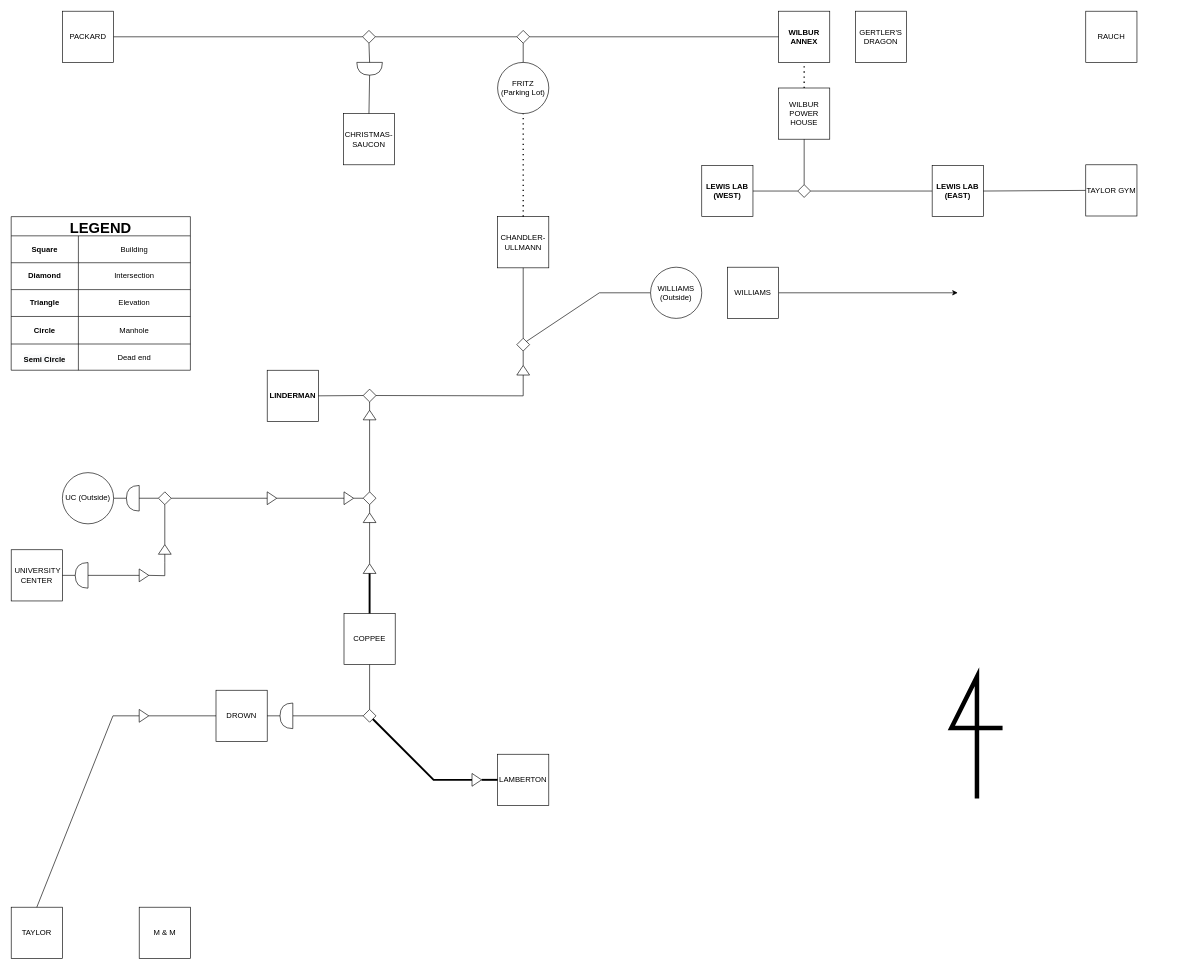
Earlier version of the draw.io diagram diagram.drawio (shun-ueda/lehigh-stream-tunnel). Source tidied: cells renumbered, new cells numbered last; positions are measured from the earlier drawing's top-left corner, leaving out a move shared by most shapes. Both pictures are drawn from the tidied source at 64%, with x=0, y=0 at pixel (11, 11).
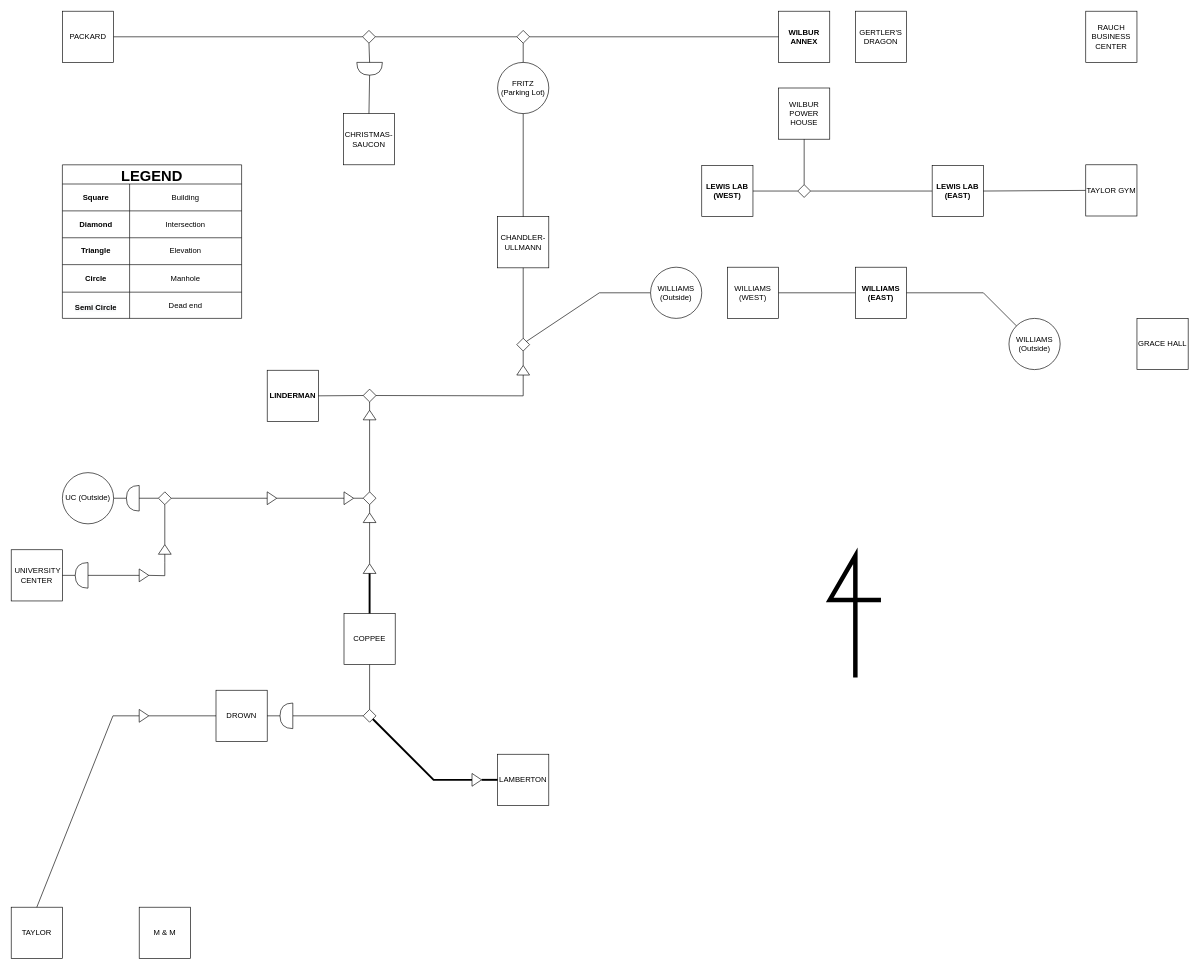
Above is the later version.

Unchanged cells that the change refers to:
```xml
<mxCell id="60" value="CHANDLER-ULLMANN" style="rounded=0;whiteSpace=wrap;html=1;" parent="1" vertex="1">
  <mxGeometry x="760" y="321" width="80" height="80" as="geometry" />
</mxCell>
<mxCell id="67" value="WILBUR ANNEX" style="rounded=0;whiteSpace=wrap;html=1;fontStyle=1;" parent="1" vertex="1">
  <mxGeometry x="1199" width="80" height="80" as="geometry" />
</mxCell>
<mxCell id="70" value="FRITZ (Parking Lot)" style="ellipse;whiteSpace=wrap;html=1;" parent="1" vertex="1">
  <mxGeometry x="760" y="80" width="80" height="80" as="geometry" />
</mxCell>
<mxCell id="86" value="&lt;span style=&quot;font-weight: normal;&quot;&gt;WILBUR POWER HOUSE&lt;/span&gt;" style="rounded=0;whiteSpace=wrap;html=1;fontStyle=1;" parent="1" vertex="1">
  <mxGeometry x="1199" y="120" width="80" height="80" as="geometry" />
</mxCell>
```

Change to the diagram source:
```diff
@@
     <mxCell id="25" value="LEGEND" style="shape=table;startSize=30;childLayout=tableLayout;fontStyle=1;align=center;fontSize=23;" parent="1" vertex="1">
-      <mxGeometry y="321" width="280" height="240" as="geometry" />
+      <mxGeometry x="80" y="240" width="280" height="240" as="geometry" />
     </mxCell>
@@
-    <mxCell id="72" style="endArrow=none;dashed=1;html=1;dashPattern=1 3;strokeWidth=2;rounded=0;entryX=0.5;entryY=1;entryDx=0;entryDy=0;exitX=0.5;exitY=0;exitDx=0;exitDy=0;" parent="1" edge="1" source="60" target="70">
-      <mxGeometry relative="1" as="geometry" />
-    </mxCell>
@@
     <mxCell id="81" style="endArrow=none;html=1;rounded=0;fontSize=70;strokeWidth=7;" parent="1" edge="1">
       <mxGeometry relative="1" as="geometry">
-        <mxPoint x="1509" y="1230" as="sourcePoint" />
-        <mxPoint x="1549" y="1120" as="targetPoint" />
+        <mxPoint x="1319" y="1041" as="sourcePoint" />
+        <mxPoint x="1359" y="920" as="targetPoint" />
         <Array as="points">
-          <mxPoint x="1509" y="1040" />
-          <mxPoint x="1469" y="1120" />
+          <mxPoint x="1319" y="851" />
+          <mxPoint x="1279" y="920" />
         </Array>
       </mxGeometry>
     </mxCell>
@@
-    <mxCell id="95" value="&lt;span style=&quot;font-weight: normal;&quot;&gt;RAUCH&lt;/span&gt;" style="rounded=0;whiteSpace=wrap;html=1;fontStyle=1;" parent="1" vertex="1">
+    <mxCell id="95" value="&lt;span style=&quot;font-weight: normal;&quot;&gt;RAUCH&lt;br&gt;BUSINESS&lt;br&gt;CENTER&lt;br&gt;&lt;/span&gt;" style="rounded=0;whiteSpace=wrap;html=1;fontStyle=1;" parent="1" vertex="1">
       <mxGeometry x="1679" width="80" height="80" as="geometry" />
     </mxCell>
-    <mxCell id="96" style="endArrow=classic;html=1;rounded=0;exitX=1;exitY=0.5;exitDx=0;exitDy=0;" parent="1" edge="1" source="97">
-      <mxGeometry relative="1" as="geometry">
-        <mxPoint x="1479" y="440" as="targetPoint" />
-      </mxGeometry>
-    </mxCell>
-    <mxCell id="97" value="&lt;span style=&quot;font-weight: normal;&quot;&gt;WILLIAMS&lt;/span&gt;" style="rounded=0;whiteSpace=wrap;html=1;fontStyle=1;" parent="1" vertex="1">
+    <mxCell id="97" value="&lt;span style=&quot;&quot;&gt;WILLIAMS&lt;br&gt;(WEST)&lt;br&gt;&lt;/span&gt;" style="rounded=0;whiteSpace=wrap;html=1;fontStyle=0;" parent="1" vertex="1">
       <mxGeometry x="1119" y="400" width="80" height="80" as="geometry" />
     </mxCell>
@@
-    <mxCell id="99" style="endArrow=none;dashed=1;html=1;dashPattern=1 3;strokeWidth=2;rounded=0;entryX=0.5;entryY=1;entryDx=0;entryDy=0;exitX=0.5;exitY=0;exitDx=0;exitDy=0;" parent="1" edge="1" source="86" target="67">
-      <mxGeometry relative="1" as="geometry" />
-    </mxCell>
@@
+    <mxCell id="101" value="&lt;span style=&quot;&quot;&gt;&lt;b&gt;WILLIAMS&lt;br&gt;(EAST)&lt;/b&gt;&lt;br&gt;&lt;/span&gt;" style="rounded=0;whiteSpace=wrap;html=1;fontStyle=0;" parent="1" vertex="1">
+      <mxGeometry x="1319" y="400" width="80" height="80" as="geometry" />
+    </mxCell>
+    <mxCell id="102" style="endArrow=none;html=1;rounded=0;exitX=1;exitY=0.5;exitDx=0;exitDy=0;entryX=0;entryY=0.5;entryDx=0;entryDy=0;" parent="1" edge="1" source="97" target="101">
+      <mxGeometry relative="1" as="geometry" />
+    </mxCell>
+    <mxCell id="103" value="WILLIAMS&lt;br&gt;(Outside)" style="ellipse;whiteSpace=wrap;html=1;" parent="1" vertex="1">
+      <mxGeometry x="1559" y="480" width="80" height="80" as="geometry" />
+    </mxCell>
+    <mxCell id="104" style="endArrow=none;html=1;rounded=0;exitX=1;exitY=0.5;exitDx=0;exitDy=0;entryX=0;entryY=0;entryDx=0;entryDy=0;" parent="1" edge="1" source="101" target="103">
+      <mxGeometry relative="1" as="geometry">
+        <Array as="points">
+          <mxPoint x="1519" y="440" />
+        </Array>
+      </mxGeometry>
+    </mxCell>
+    <mxCell id="105" value="&lt;span style=&quot;font-weight: normal;&quot;&gt;GRACE HALL&lt;br&gt;&lt;/span&gt;" style="rounded=0;whiteSpace=wrap;html=1;fontStyle=1;" parent="1" vertex="1">
+      <mxGeometry x="1759" y="480" width="80" height="80" as="geometry" />
+    </mxCell>
+    <mxCell id="72" style="endArrow=none;html=1;rounded=0;entryX=0.5;entryY=1;entryDx=0;entryDy=0;exitX=0.5;exitY=0;exitDx=0;exitDy=0;" parent="1" edge="1" source="60" target="70">
+      <mxGeometry relative="1" as="geometry" />
+    </mxCell>
```
